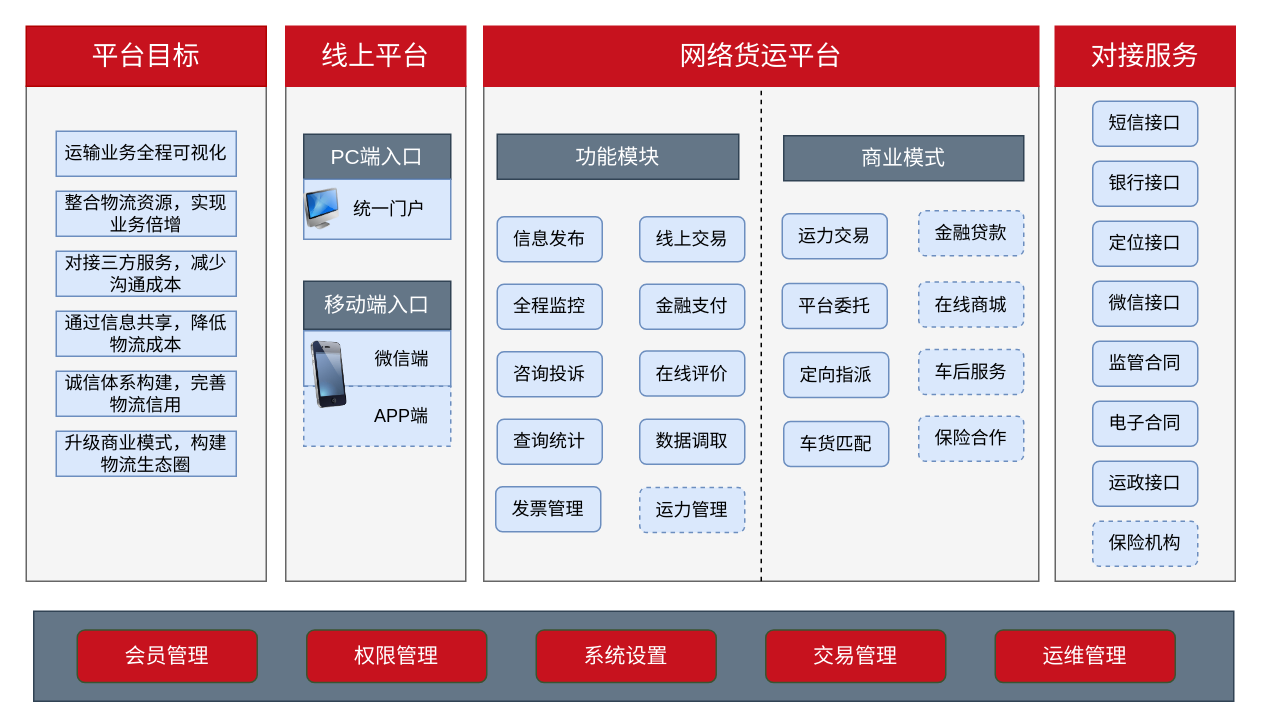
chenyibang/rdpwrap keeps this draw.io diagram as 平台功能架构图.drawio. Above is the earlier version. Source tidied: cells renumbered, new cells numbered last; positions are measured from the earlier drawing's top-left corner, leaving out a move shared by most shapes. Both pictures are drawn from the tidied source at 150%, with x=0, y=0 at pixel (26, 26).
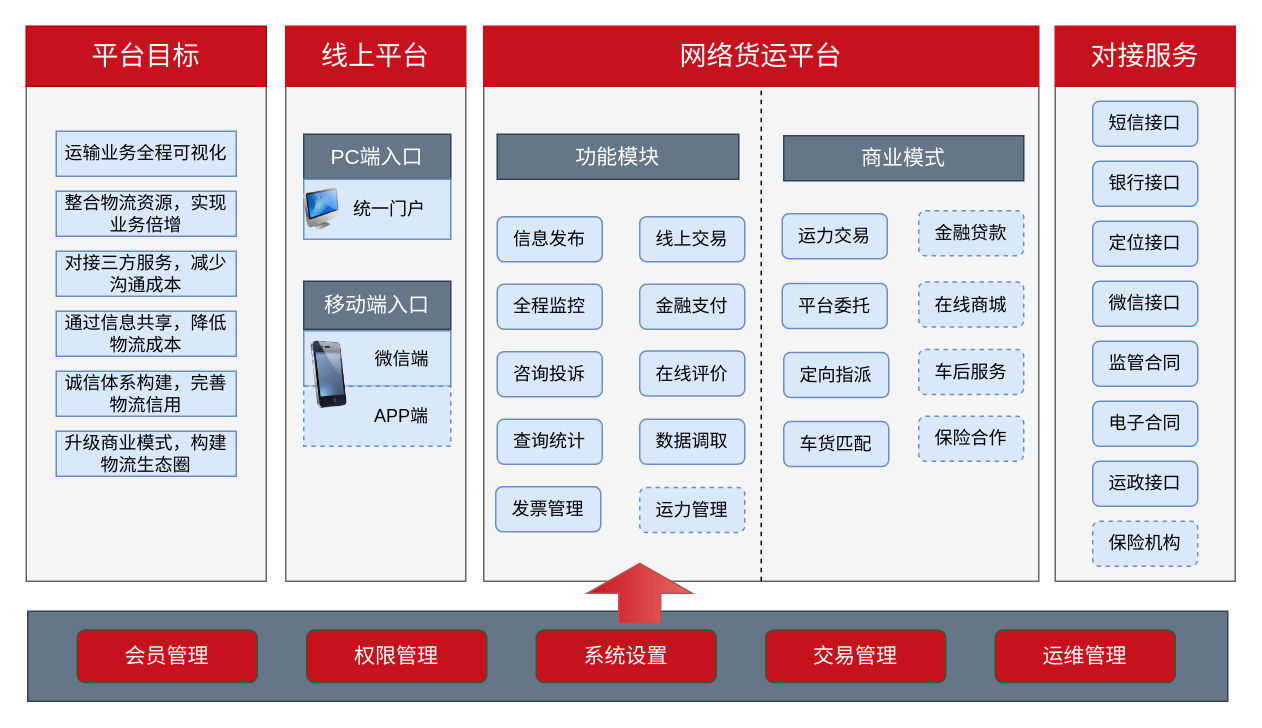
The same diagram, later.

Commit message:
更新平台功能架构图.drawio

Change to the diagram source:
```diff
@@
     <mxCell id="52" style="rounded=0;whiteSpace=wrap;html=1;strokeColor=#314354;fillColor=#647687;align=center;fontColor=#ffffff;" parent="1" vertex="1">
-      <mxGeometry x="5" y="390" width="800" height="60" as="geometry" />
+      <mxGeometry x="1" y="390" width="800" height="60" as="geometry" />
     </mxCell>
@@
+    <mxCell id="58" style="html=1;shadow=0;dashed=0;align=center;verticalAlign=middle;shape=mxgraph.arrows2.arrow;dy=0.6;dx=20;direction=north;notch=0;rounded=0;strokeColor=#b85450;fillColor=#C7121E;fontSize=14;gradientColor=#ea6b66;" parent="1" vertex="1">
+      <mxGeometry x="374" y="358" width="70" height="40" as="geometry" />
+    </mxCell>
```
